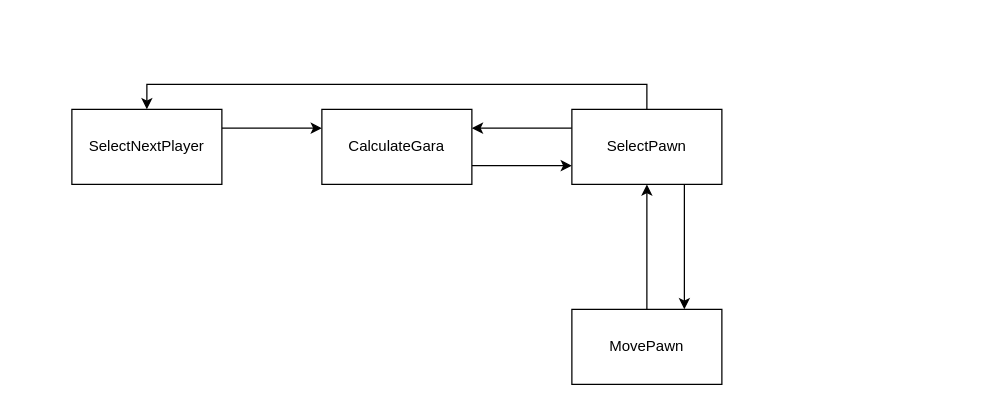
This is page "GameStateMachine" (2 of 3) of ChoukaBara.drawio from mohithsrao/GodotGameChoukaBara, a draw.io file, before an edit. Source tidied: cells renumbered, new cells numbered last; positions are measured from the earlier drawing's top-left corner, leaving out a move shared by most shapes. Both pictures are drawn from the tidied source at 125%, with x=0, y=0 at pixel (71, 109).
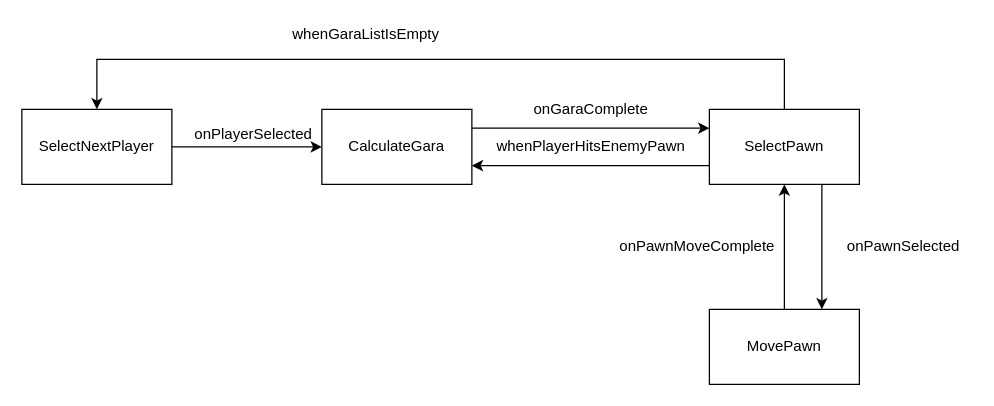
The same diagram, later.

The change refers to these unchanged cells:
```xml
<mxCell id="5" value="CalculateGara" style="rounded=0;whiteSpace=wrap;html=1;" parent="1" vertex="1">
  <mxGeometry x="200" width="120" height="60" as="geometry" />
</mxCell>
```

Change to the diagram source:
```diff
@@
-    <mxCell id="2" style="edgeStyle=orthogonalEdgeStyle;rounded=0;jettySize=auto;html=1;exitX=1;exitY=0.25;exitDx=0;exitDy=0;entryX=0;entryY=0.25;entryDx=0;entryDy=0;" parent="1" edge="1" source="3" target="5">
+    <mxCell id="2" style="edgeStyle=orthogonalEdgeStyle;rounded=0;jettySize=auto;html=1;exitX=1;exitY=0.5;exitDx=0;exitDy=0;entryX=0;entryY=0.5;entryDx=0;entryDy=0;" parent="1" edge="1" source="3" target="5">
       <mxGeometry relative="1" as="geometry" />
     </mxCell>
     <mxCell id="3" value="SelectNextPlayer" style="rounded=0;whiteSpace=wrap;html=1;" parent="1" vertex="1">
-      <mxGeometry width="120" height="60" as="geometry" />
+      <mxGeometry x="-40" width="120" height="60" as="geometry" />
     </mxCell>
-    <mxCell id="4" style="edgeStyle=orthogonalEdgeStyle;rounded=0;jettySize=auto;html=1;exitX=1;exitY=0.75;exitDx=0;exitDy=0;entryX=0;entryY=0.75;entryDx=0;entryDy=0;" parent="1" edge="1" source="5" target="9">
-      <mxGeometry relative="1" as="geometry" />
+    <mxCell id="4" style="edgeStyle=orthogonalEdgeStyle;rounded=0;jettySize=auto;html=1;exitX=1;exitY=0.25;exitDx=0;exitDy=0;entryX=0;entryY=0.25;entryDx=0;entryDy=0;" parent="1" edge="1" source="5" target="9">
+      <mxGeometry relative="1" as="geometry">
+        <Array as="points">
+          <mxPoint x="360" y="15" />
+          <mxPoint x="360" y="15" />
+        </Array>
+      </mxGeometry>
     </mxCell>
@@
     <mxCell id="7" style="edgeStyle=orthogonalEdgeStyle;rounded=0;jettySize=auto;html=1;exitX=0.5;exitY=0;exitDx=0;exitDy=0;entryX=0.5;entryY=0;entryDx=0;entryDy=0;" parent="1" edge="1" source="9" target="3">
-      <mxGeometry relative="1" as="geometry" />
+      <mxGeometry relative="1" as="geometry">
+        <Array as="points">
+          <mxPoint x="570" y="-40" />
+          <mxPoint x="20" y="-40" />
+        </Array>
+      </mxGeometry>
     </mxCell>
-    <mxCell id="8" style="edgeStyle=orthogonalEdgeStyle;rounded=0;jettySize=auto;html=1;exitX=0;exitY=0.25;exitDx=0;exitDy=0;entryX=1;entryY=0.25;entryDx=0;entryDy=0;" parent="1" edge="1" source="9" target="5">
+    <mxCell id="8" style="edgeStyle=orthogonalEdgeStyle;rounded=0;jettySize=auto;html=1;exitX=0;exitY=0.75;exitDx=0;exitDy=0;entryX=1;entryY=0.75;entryDx=0;entryDy=0;" parent="1" edge="1" source="9" target="5">
       <mxGeometry relative="1" as="geometry" />
     </mxCell>
     <mxCell id="9" value="SelectPawn" style="rounded=0;whiteSpace=wrap;html=1;" parent="1" vertex="1">
-      <mxGeometry x="400" width="120" height="60" as="geometry" />
+      <mxGeometry x="510" width="120" height="60" as="geometry" />
     </mxCell>
     <mxCell id="10" style="edgeStyle=orthogonalEdgeStyle;rounded=0;jettySize=auto;html=1;exitX=0.5;exitY=0;exitDx=0;exitDy=0;entryX=0.5;entryY=1;entryDx=0;entryDy=0;" parent="1" edge="1" source="11" target="9">
       <mxGeometry relative="1" as="geometry">
         <Array as="points">
-          <mxPoint x="460" y="100" />
-          <mxPoint x="460" y="100" />
+          <mxPoint x="570" y="110" />
+          <mxPoint x="570" y="110" />
         </Array>
       </mxGeometry>
     </mxCell>
     <mxCell id="11" value="MovePawn" style="rounded=0;whiteSpace=wrap;html=1;" parent="1" vertex="1">
-      <mxGeometry x="400" y="160" width="120" height="60" as="geometry" />
+      <mxGeometry x="510" y="160" width="120" height="60" as="geometry" />
     </mxCell>
+    <mxCell id="12" value="onPlayerSelected" style="text;html=1;align=center;verticalAlign=middle;" parent="1" vertex="1">
+      <mxGeometry x="90" y="10" width="110" height="20" as="geometry" />
+    </mxCell>
+    <mxCell id="13" value="onGaraComplete" style="text;html=1;align=center;verticalAlign=middle;" parent="1" vertex="1">
+      <mxGeometry x="360" y="-10" width="110" height="20" as="geometry" />
+    </mxCell>
+    <mxCell id="14" value="whenGaraListIsEmpty" style="text;html=1;align=center;verticalAlign=middle;" parent="1" vertex="1">
+      <mxGeometry x="170" y="-70" width="130" height="20" as="geometry" />
+    </mxCell>
+    <mxCell id="15" value="whenPlayerHitsEnemyPawn" style="text;html=1;align=center;verticalAlign=middle;" parent="1" vertex="1">
+      <mxGeometry x="330" y="20" width="170" height="20" as="geometry" />
+    </mxCell>
+    <mxCell id="16" value="onPawnSelected" style="text;html=1;align=center;verticalAlign=middle;" parent="1" vertex="1">
+      <mxGeometry x="610" y="100" width="110" height="20" as="geometry" />
+    </mxCell>
+    <mxCell id="17" value="onPawnMoveComplete" style="text;html=1;align=center;verticalAlign=middle;" parent="1" vertex="1">
+      <mxGeometry x="430" y="100" width="140" height="20" as="geometry" />
+    </mxCell>
```
